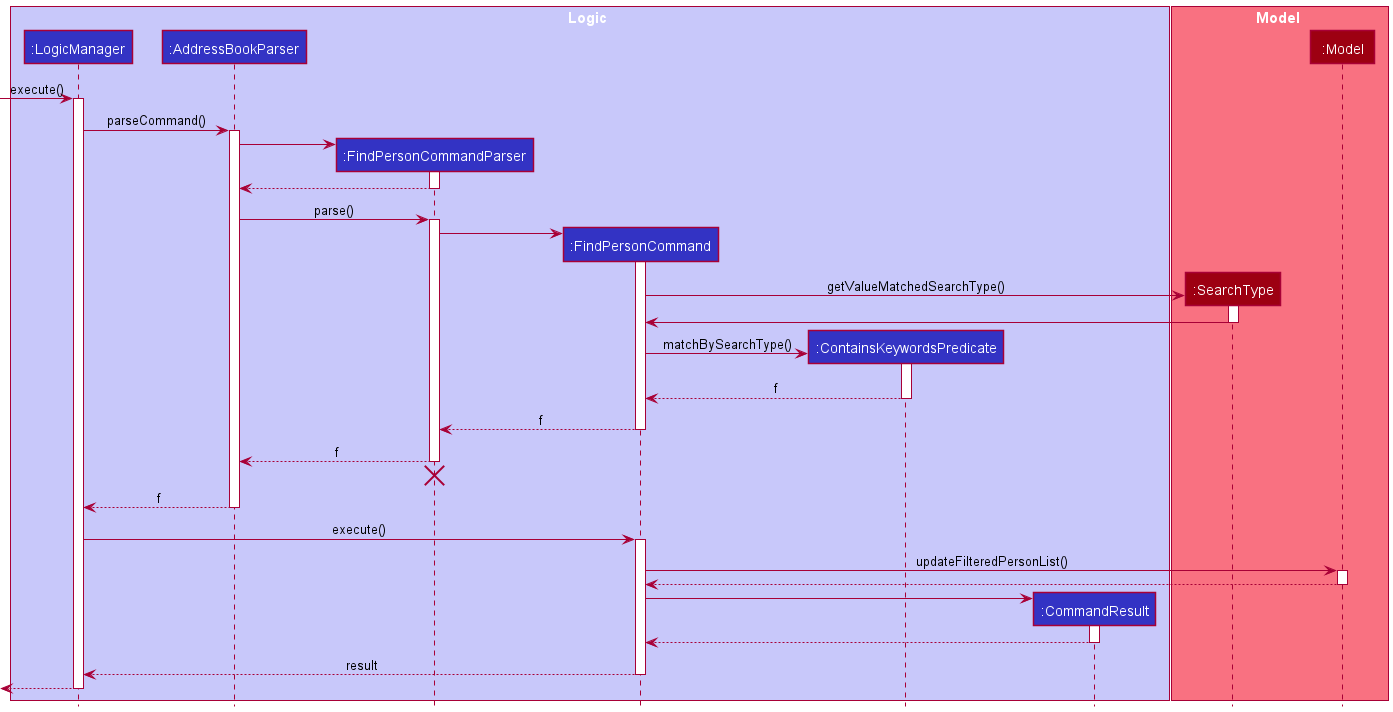
The PlantUML diagram docs/images/FindCommandSequenceDiagram.png in nus-cs2103-AY2122S2/tp, before a commit. Its diagram source:
```plantuml
@startuml
!include style.puml

box Logic LOGIC_COLOR_T1
participant ":LogicManager" as LogicManager LOGIC_COLOR
participant ":AddressBookParser" as AddressBookParser LOGIC_COLOR
participant ":FindPersonCommandParser" as FindPersonCommandParser LOGIC_COLOR
participant ":FindPersonCommand" as FindPersonCommand LOGIC_COLOR
participant ":ContainsKeywordsPredicate" as ContainsKeywordsPredicate LOGIC_COLOR
participant ":CommandResult" as CommandResult LOGIC_COLOR
end box

box Model MODEL_COLOR_T1
participant ":SearchType" as SearchType MODEL_COLOR
participant ":Model" as Model MODEL_COLOR
end box

[-> LogicManager : execute()
activate LogicManager

LogicManager -> AddressBookParser : parseCommand()
activate AddressBookParser

create FindPersonCommandParser
AddressBookParser -> FindPersonCommandParser
activate FindPersonCommandParser

FindPersonCommandParser --> AddressBookParser
deactivate FindPersonCommandParser

AddressBookParser -> FindPersonCommandParser : parse()
activate FindPersonCommandParser

create FindPersonCommand

FindPersonCommandParser -> FindPersonCommand
activate FindPersonCommand
create SearchType
FindPersonCommand -> SearchType: getValueMatchedSearchType()
activate SearchType
SearchType -> FindPersonCommand
deactivate SearchType

create ContainsKeywordsPredicate
FindPersonCommand -> ContainsKeywordsPredicate: matchBySearchType()
activate ContainsKeywordsPredicate

ContainsKeywordsPredicate --> FindPersonCommand : f
deactivate ContainsKeywordsPredicate

FindPersonCommand --> FindPersonCommandParser : f
deactivate FindPersonCommand

FindPersonCommandParser --> AddressBookParser : f
deactivate FindPersonCommandParser

FindPersonCommandParser -[hidden]-> AddressBookParser
destroy FindPersonCommandParser

AddressBookParser --> LogicManager : f
deactivate AddressBookParser

LogicManager -> FindPersonCommand : execute()
activate FindPersonCommand

FindPersonCommand -> Model : updateFilteredPersonList()
activate Model

Model --> FindPersonCommand
deactivate Model

create CommandResult
FindPersonCommand -> CommandResult
activate CommandResult

CommandResult --> FindPersonCommand
deactivate CommandResult

FindPersonCommand --> LogicManager : result
deactivate FindPersonCommand

[<--LogicManager
deactivate LogicManager
@enduml
```
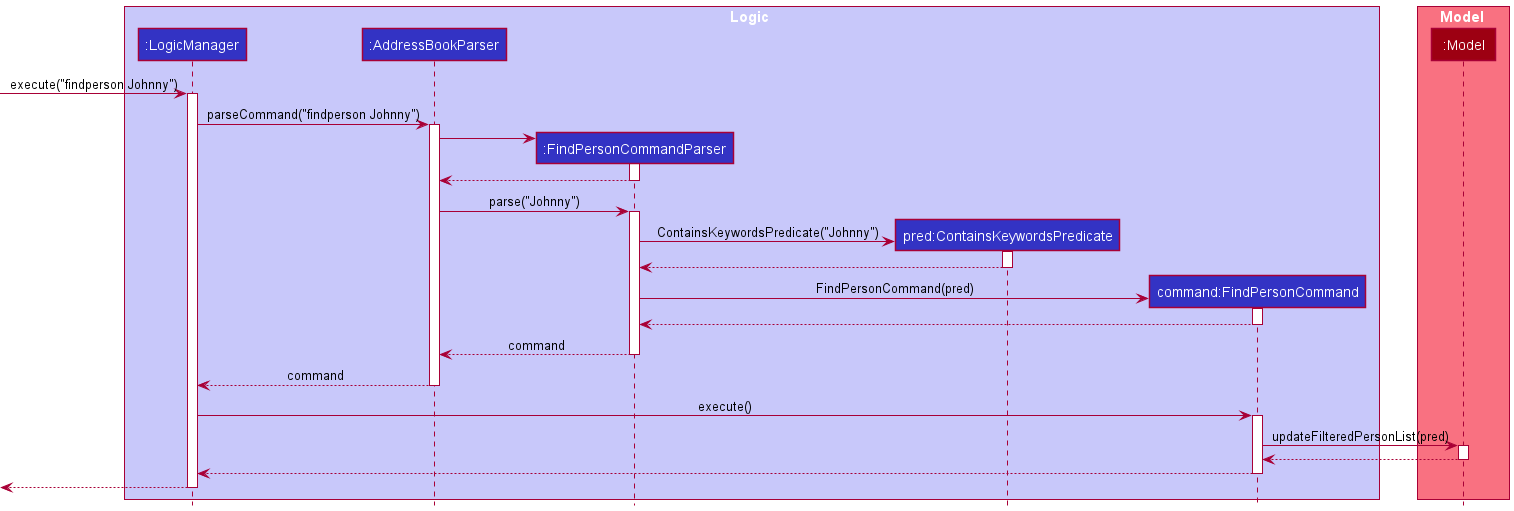
Later version of the same file.

Diff of the diagram source:
```diff
@@ -5,80 +5,40 @@
 participant ":LogicManager" as LogicManager LOGIC_COLOR
 participant ":AddressBookParser" as AddressBookParser LOGIC_COLOR
 participant ":FindPersonCommandParser" as FindPersonCommandParser LOGIC_COLOR
-participant ":FindPersonCommand" as FindPersonCommand LOGIC_COLOR
-participant ":ContainsKeywordsPredicate" as ContainsKeywordsPredicate LOGIC_COLOR
-participant ":CommandResult" as CommandResult LOGIC_COLOR
+participant "pred:ContainsKeywordsPredicate" as ContainsKeywordsPredicate LOGIC_COLOR
+participant "command:FindPersonCommand" as FindPersonCommand LOGIC_COLOR
 end box
 
 box Model MODEL_COLOR_T1
-participant ":SearchType" as SearchType MODEL_COLOR
 participant ":Model" as Model MODEL_COLOR
 end box
 
-[-> LogicManager : execute()
-activate LogicManager
+autoactivate on
 
-LogicManager -> AddressBookParser : parseCommand()
-activate AddressBookParser
+[-> LogicManager : execute("findperson Johnny")
+
+LogicManager -> AddressBookParser : parseCommand("findperson Johnny")
 
 create FindPersonCommandParser
 AddressBookParser -> FindPersonCommandParser
-activate FindPersonCommandParser
+AddressBookParser <-- FindPersonCommandParser
 
-FindPersonCommandParser --> AddressBookParser
-deactivate FindPersonCommandParser
-
-AddressBookParser -> FindPersonCommandParser : parse()
-activate FindPersonCommandParser
+AddressBookParser -> FindPersonCommandParser : parse("Johnny")
+create ContainsKeywordsPredicate
+FindPersonCommandParser -> ContainsKeywordsPredicate : ContainsKeywordsPredicate("Johnny")
+FindPersonCommandParser <-- ContainsKeywordsPredicate
 
 create FindPersonCommand
-
-FindPersonCommandParser -> FindPersonCommand
-activate FindPersonCommand
-create SearchType
-FindPersonCommand -> SearchType: getValueMatchedSearchType()
-activate SearchType
-SearchType -> FindPersonCommand
-deactivate SearchType
-
-create ContainsKeywordsPredicate
-FindPersonCommand -> ContainsKeywordsPredicate: matchBySearchType()
-activate ContainsKeywordsPredicate
-
-ContainsKeywordsPredicate --> FindPersonCommand : f
-deactivate ContainsKeywordsPredicate
-
-FindPersonCommand --> FindPersonCommandParser : f
-deactivate FindPersonCommand
-
-FindPersonCommandParser --> AddressBookParser : f
-deactivate FindPersonCommandParser
-
-FindPersonCommandParser -[hidden]-> AddressBookParser
-destroy FindPersonCommandParser
-
-AddressBookParser --> LogicManager : f
-deactivate AddressBookParser
+FindPersonCommandParser -> FindPersonCommand : FindPersonCommand(pred)
+FindPersonCommandParser <-- FindPersonCommand
+AddressBookParser <-- FindPersonCommandParser : command
+LogicManager <-- AddressBookParser : command
 
 LogicManager -> FindPersonCommand : execute()
-activate FindPersonCommand
+FindPersonCommand -> Model : updateFilteredPersonList(pred)
+FindPersonCommand <-- Model
+LogicManager <-- FindPersonCommand
 
-FindPersonCommand -> Model : updateFilteredPersonList()
-activate Model
+[<-- LogicManager
 
-Model --> FindPersonCommand
-deactivate Model
-
-create CommandResult
-FindPersonCommand -> CommandResult
-activate CommandResult
-
-CommandResult --> FindPersonCommand
-deactivate CommandResult
-
-FindPersonCommand --> LogicManager : result
-deactivate FindPersonCommand
-
-[<--LogicManager
-deactivate LogicManager
 @enduml
```
